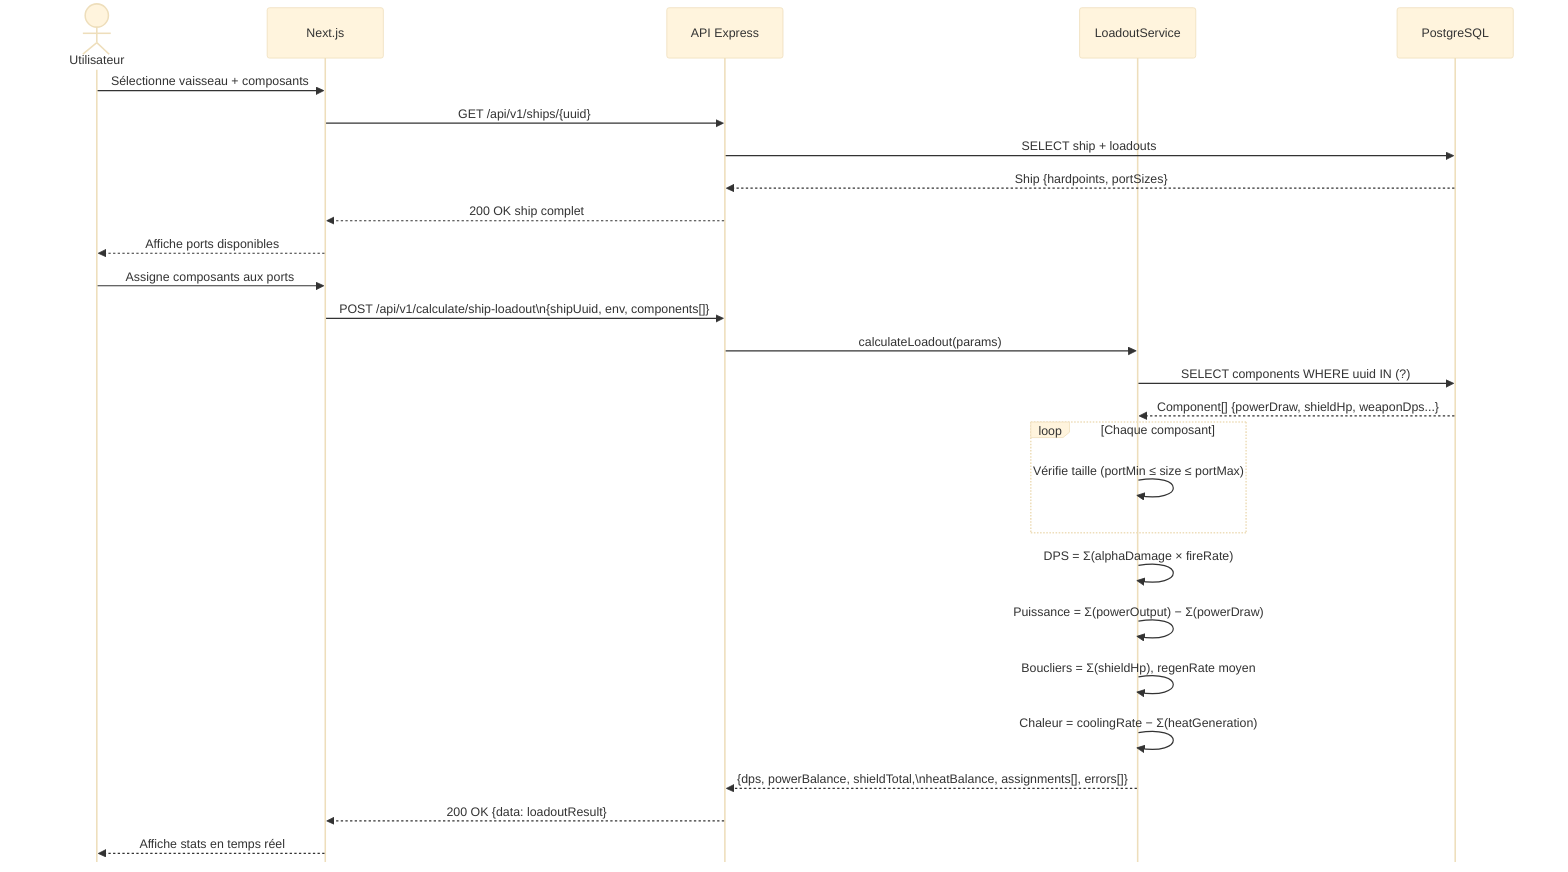
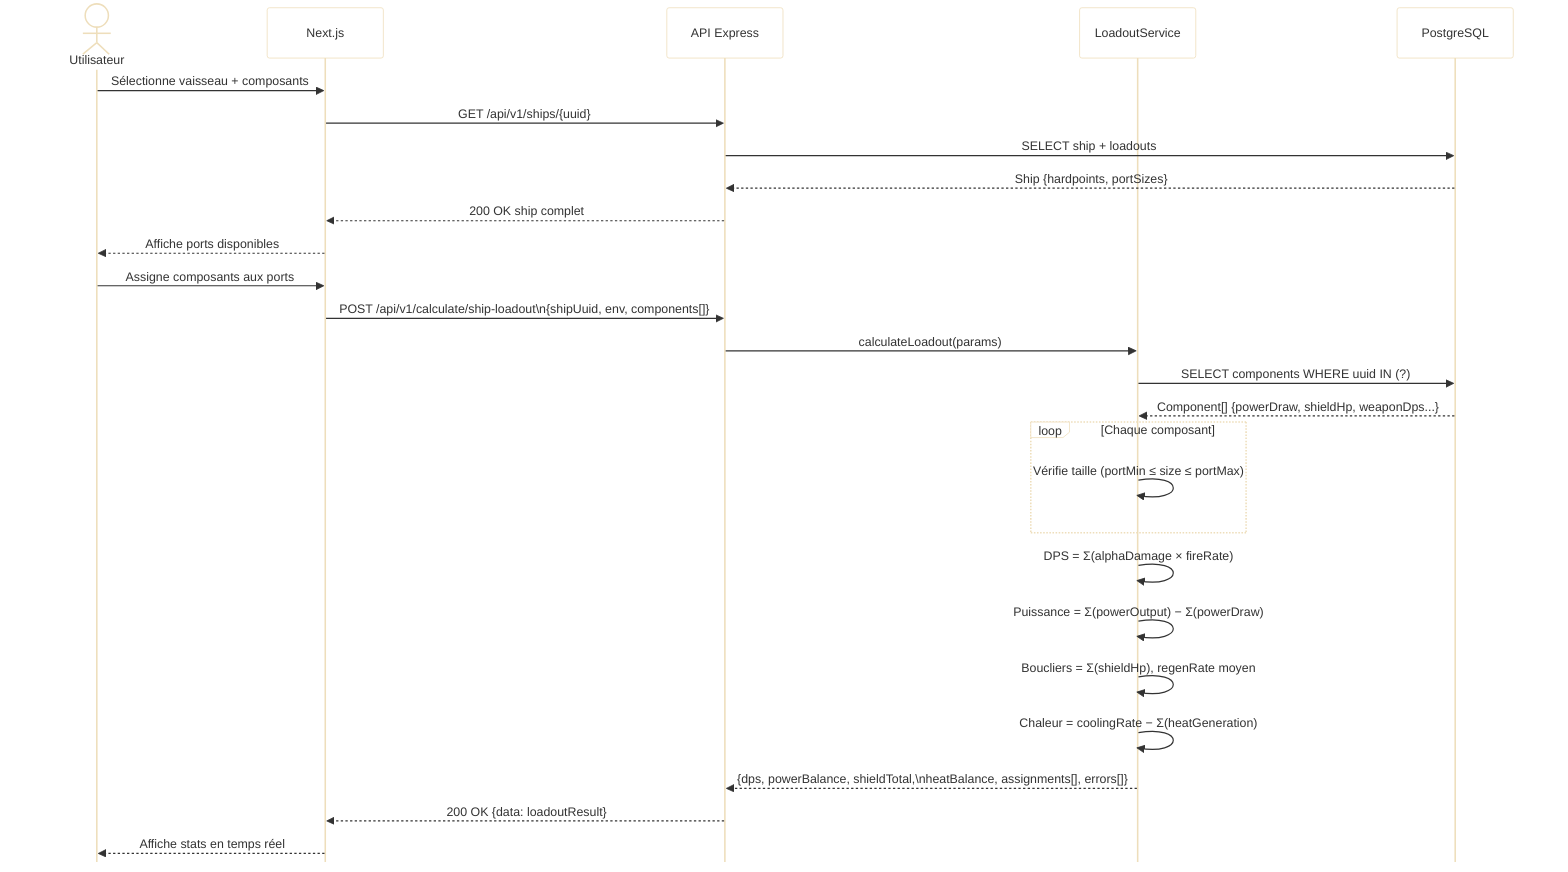
- %%{init: {'theme': 'base', 'themeVariables': {'fontSize': '13px', 'fontFamily': 'Arial'}, 'sequence': {'actorFontSize': 13, 'messageFontSize': 12, 'mirrorActors': false, 'useMaxWidth': true, 'boxMargin': 8}}}%%
+ %%{init: {'theme': 'base', 'themeVariables': {'background': '#ffffff', 'mainBkg': '#ffffff', 'fontSize': '13px', 'fontFamily': 'Arial'}, 'sequence': {'actorFontSize': 13, 'messageFontSize': 12, 'mirrorActors': false, 'useMaxWidth': true, 'boxMargin': 8}}}%%
sequenceDiagram
    actor U as Utilisateur
    participant IHM as Next.js
    participant API as API Express
    participant LS as LoadoutService
    participant DB as PostgreSQL

    U->>IHM: Sélectionne vaisseau + composants
    IHM->>API: GET /api/v1/ships/{uuid}
    API->>DB: SELECT ship + loadouts
    DB-->>API: Ship {hardpoints, portSizes}
    API-->>IHM: 200 OK ship complet
    IHM-->>U: Affiche ports disponibles

    U->>IHM: Assigne composants aux ports
    IHM->>API: POST /api/v1/calculate/ship-loadout\n{shipUuid, env, components[]}
    API->>LS: calculateLoadout(params)

    LS->>DB: SELECT components WHERE uuid IN (?)
    DB-->>LS: Component[] {powerDraw, shieldHp, weaponDps...}

    loop Chaque composant
        LS->>LS: Vérifie taille (portMin ≤ size ≤ portMax)
    end

    LS->>LS: DPS = Σ(alphaDamage × fireRate)
    LS->>LS: Puissance = Σ(powerOutput) − Σ(powerDraw)
    LS->>LS: Boucliers = Σ(shieldHp), regenRate moyen
    LS->>LS: Chaleur = coolingRate − Σ(heatGeneration)

    LS-->>API: {dps, powerBalance, shieldTotal,\nheatBalance, assignments[], errors[]}
    API-->>IHM: 200 OK {data: loadoutResult}
    IHM-->>U: Affiche stats en temps réel
